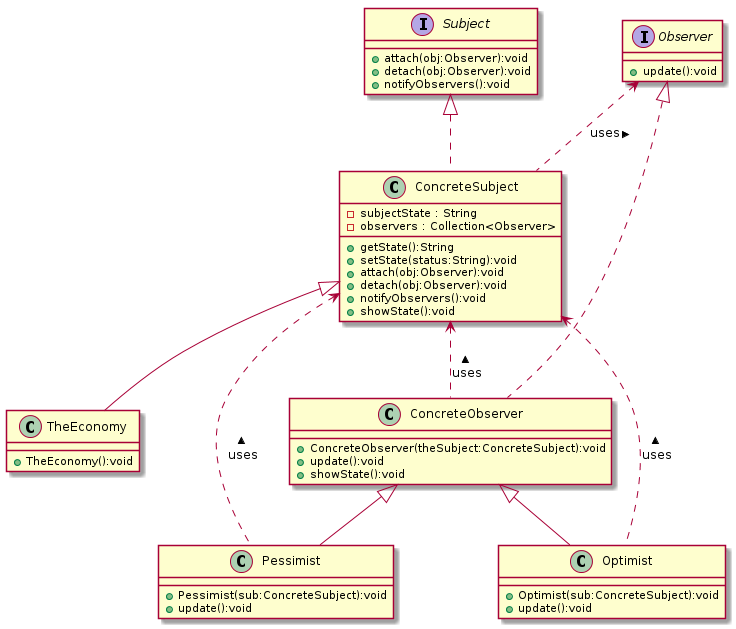
Earlier version of the PlantUML export Output-Diagrams/OutputClassDiagram4.png (amitakamat/Amita-Kamat-CMPE-202). Source of this version:
```plantuml
@startuml
class Optimist {
+ Optimist(sub:ConcreteSubject):void
+ update():void
}
class ConcreteSubject {
-subjectState : String
-observers : Collection<Observer>
+ getState():String
+ setState(status:String):void
+ attach(obj:Observer):void
+ detach(obj:Observer):void
+ notifyObservers():void
+ showState():void
}
class TheEconomy {
+ TheEconomy():void
}
interface Observer {
+ update():void
}
class ConcreteObserver {
+ ConcreteObserver(theSubject:ConcreteSubject):void
+ update():void
+ showState():void
}
interface Subject {
+ attach(obj:Observer):void
+ detach(obj:Observer):void
+ notifyObservers():void
}
class Pessimist {
+ Pessimist(sub:ConcreteSubject):void
+ update():void
}
ConcreteObserver <|-- Optimist
ConcreteSubject <.. Optimist : < uses
Subject <|.. ConcreteSubject
Observer <.. ConcreteSubject : < uses
ConcreteSubject <|-- TheEconomy
Observer <|.. ConcreteObserver
ConcreteSubject <.. ConcreteObserver : < uses
ConcreteObserver <|-- Pessimist
ConcreteSubject <.. Pessimist : < uses
@enduml
```
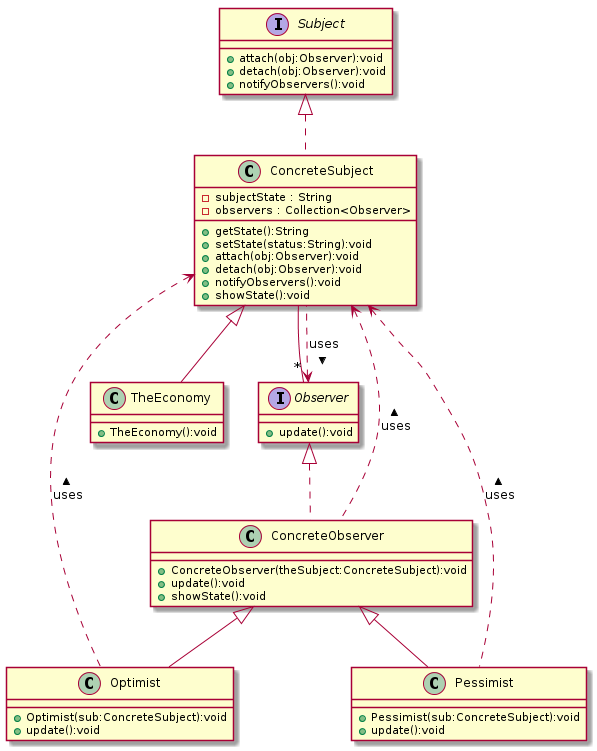
After the change.

Change to the diagram source:
```diff
@@ -37,6 +37,7 @@
 ConcreteSubject <.. Optimist : < uses
 Subject <|.. ConcreteSubject
 Observer <.. ConcreteSubject : < uses
+ConcreteSubject --"*" Observer
 ConcreteSubject <|-- TheEconomy
 Observer <|.. ConcreteObserver
 ConcreteSubject <.. ConcreteObserver : < uses
```
